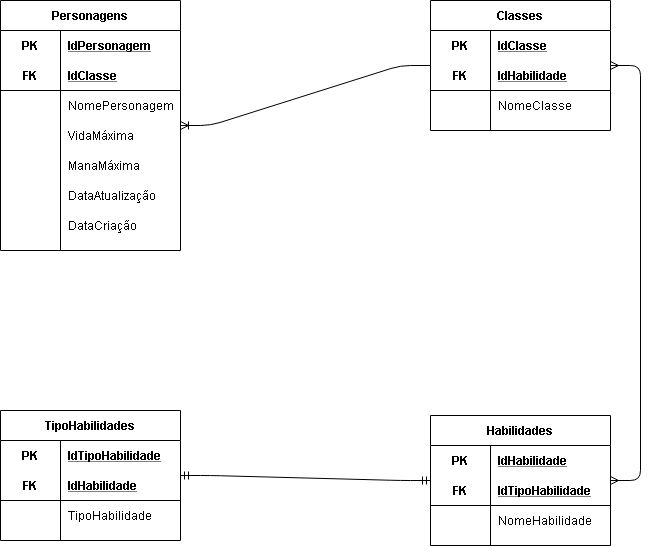
Above: Senai_HROADS_Manhã/Modelo lógico HROADS.png in Danilo2503/Senai-Sprint_BD (draw.io), before the change. Source tidied: cells renumbered, new cells last; positions are measured from the earlier drawing's top-left corner, leaving out a move shared by most shapes. Its diagram source:
```xml
<mxGraphModel>
  <root>
    <mxCell id="0" />
    <mxCell id="1" parent="0" />
    <mxCell id="2" value="Personagens" style="shape=table;startSize=30;rowLines=0;fontStyle=1;align=center;" parent="1" vertex="1">
      <mxGeometry width="180" height="250" as="geometry" />
    </mxCell>
    <mxCell id="3" style="shape=partialRectangle;fillColor=none;top=0;left=0;bottom=0;right=0;" parent="2" vertex="1">
      <mxGeometry y="30" width="180" height="30" as="geometry" />
    </mxCell>
    <mxCell id="4" value="PK" style="shape=partialRectangle;fillColor=none;top=0;left=0;bottom=0;right=0;fontStyle=1;overflow=hidden;" parent="3" vertex="1">
      <mxGeometry width="60" height="30" as="geometry" />
    </mxCell>
    <mxCell id="5" value="IdPersonagem" style="shape=partialRectangle;fillColor=none;top=0;left=0;bottom=0;right=0;align=left;spacingLeft=6;fontStyle=5;overflow=hidden;" parent="3" vertex="1">
      <mxGeometry x="60" width="120" height="30" as="geometry" />
    </mxCell>
    <mxCell id="6" style="shape=partialRectangle;fillColor=none;top=0;left=0;bottom=1;right=0;points=[[0,0.5],[1,0.5]];portConstraint=eastwest;" parent="2" vertex="1">
      <mxGeometry y="60" width="180" height="30" as="geometry" />
    </mxCell>
    <mxCell id="7" value="FK" style="shape=partialRectangle;fillColor=none;top=0;left=0;bottom=0;right=0;fontStyle=1;overflow=hidden;" parent="6" vertex="1">
      <mxGeometry width="60" height="30" as="geometry" />
    </mxCell>
    <mxCell id="8" value="IdClasse" style="shape=partialRectangle;fillColor=none;top=0;left=0;bottom=0;right=0;align=left;spacingLeft=6;fontStyle=5;overflow=hidden;" parent="6" vertex="1">
      <mxGeometry x="60" width="120" height="30" as="geometry" />
    </mxCell>
    <mxCell id="9" style="shape=partialRectangle;fillColor=none;top=0;left=0;bottom=0;right=0;" parent="2" vertex="1">
      <mxGeometry y="90" width="180" height="30" as="geometry" />
    </mxCell>
    <mxCell id="10" style="shape=partialRectangle;fillColor=none;top=0;left=0;bottom=0;right=0;overflow=hidden;" parent="9" vertex="1">
      <mxGeometry width="60" height="30" as="geometry" />
    </mxCell>
    <mxCell id="11" value="NomePersonagem" style="shape=partialRectangle;fillColor=none;top=0;left=0;bottom=0;right=0;align=left;spacingLeft=6;overflow=hidden;" parent="9" vertex="1">
      <mxGeometry x="60" width="120" height="30" as="geometry" />
    </mxCell>
    <mxCell id="12" style="shape=partialRectangle;fillColor=none;top=0;left=0;bottom=0;right=0;" parent="2" vertex="1">
      <mxGeometry y="120" width="180" height="30" as="geometry" />
    </mxCell>
    <mxCell id="13" style="shape=partialRectangle;fillColor=none;top=0;left=0;bottom=0;right=0;overflow=hidden;" parent="12" vertex="1">
      <mxGeometry width="60" height="30" as="geometry" />
    </mxCell>
    <mxCell id="14" value="VidaMáxima" style="shape=partialRectangle;fillColor=none;top=0;left=0;bottom=0;right=0;align=left;spacingLeft=6;overflow=hidden;" parent="12" vertex="1">
      <mxGeometry x="60" width="120" height="30" as="geometry" />
    </mxCell>
    <mxCell id="15" style="shape=partialRectangle;fillColor=none;top=0;left=0;bottom=0;right=0;" parent="2" vertex="1">
      <mxGeometry y="150" width="180" height="30" as="geometry" />
    </mxCell>
    <mxCell id="16" style="shape=partialRectangle;fillColor=none;top=0;left=0;bottom=0;right=0;overflow=hidden;" parent="15" vertex="1">
      <mxGeometry width="60" height="30" as="geometry" />
    </mxCell>
    <mxCell id="17" value="ManaMáxima" style="shape=partialRectangle;fillColor=none;top=0;left=0;bottom=0;right=0;align=left;spacingLeft=6;overflow=hidden;" parent="15" vertex="1">
      <mxGeometry x="60" width="120" height="30" as="geometry" />
    </mxCell>
    <mxCell id="18" style="shape=partialRectangle;fillColor=none;top=0;left=0;bottom=0;right=0;" parent="2" vertex="1">
      <mxGeometry y="180" width="180" height="30" as="geometry" />
    </mxCell>
    <mxCell id="19" style="shape=partialRectangle;fillColor=none;top=0;left=0;bottom=0;right=0;overflow=hidden;" parent="18" vertex="1">
      <mxGeometry width="60" height="30" as="geometry" />
    </mxCell>
    <mxCell id="20" value="DataAtualização" style="shape=partialRectangle;fillColor=none;top=0;left=0;bottom=0;right=0;align=left;spacingLeft=6;overflow=hidden;" parent="18" vertex="1">
      <mxGeometry x="60" width="120" height="30" as="geometry" />
    </mxCell>
    <mxCell id="21" style="shape=partialRectangle;fillColor=none;top=0;left=0;bottom=0;right=0;" parent="2" vertex="1">
      <mxGeometry y="210" width="180" height="30" as="geometry" />
    </mxCell>
    <mxCell id="22" style="shape=partialRectangle;fillColor=none;top=0;left=0;bottom=0;right=0;overflow=hidden;" parent="21" vertex="1">
      <mxGeometry width="60" height="30" as="geometry" />
    </mxCell>
    <mxCell id="23" value="DataCriação" style="shape=partialRectangle;fillColor=none;top=0;left=0;bottom=0;right=0;align=left;spacingLeft=6;overflow=hidden;" parent="21" vertex="1">
      <mxGeometry x="60" width="120" height="30" as="geometry" />
    </mxCell>
    <mxCell id="24" value="Classes" style="shape=table;startSize=30;rowLines=0;fontStyle=1;align=center;" parent="1" vertex="1">
      <mxGeometry x="430" width="180" height="130" as="geometry" />
    </mxCell>
    <mxCell id="25" style="shape=partialRectangle;fillColor=none;top=0;left=0;bottom=0;right=0;points=[[0,0.5],[1,0.5]];portConstraint=eastwest;" parent="24" vertex="1">
      <mxGeometry y="30" width="180" height="30" as="geometry" />
    </mxCell>
    <mxCell id="26" value="PK" style="shape=partialRectangle;fillColor=none;top=0;left=0;bottom=0;right=0;fontStyle=1;overflow=hidden;" parent="25" vertex="1">
      <mxGeometry width="60" height="30" as="geometry" />
    </mxCell>
    <mxCell id="27" value="IdClasse" style="shape=partialRectangle;fillColor=none;top=0;left=0;bottom=0;right=0;align=left;spacingLeft=6;fontStyle=5;overflow=hidden;" parent="25" vertex="1">
      <mxGeometry x="60" width="120" height="30" as="geometry" />
    </mxCell>
    <mxCell id="28" style="shape=partialRectangle;fillColor=none;top=0;left=0;bottom=1;right=0;" parent="24" vertex="1">
      <mxGeometry y="60" width="180" height="30" as="geometry" />
    </mxCell>
    <mxCell id="29" value="FK" style="shape=partialRectangle;fillColor=none;top=0;left=0;bottom=0;right=0;fontStyle=1;overflow=hidden;" parent="28" vertex="1">
      <mxGeometry width="60" height="30" as="geometry" />
    </mxCell>
    <mxCell id="30" value="IdHabilidade" style="shape=partialRectangle;fillColor=none;top=0;left=0;bottom=0;right=0;align=left;spacingLeft=6;fontStyle=5;overflow=hidden;" parent="28" vertex="1">
      <mxGeometry x="60" width="120" height="30" as="geometry" />
    </mxCell>
    <mxCell id="31" style="shape=partialRectangle;fillColor=none;top=0;left=0;bottom=0;right=0;" parent="24" vertex="1">
      <mxGeometry y="90" width="180" height="30" as="geometry" />
    </mxCell>
    <mxCell id="32" style="shape=partialRectangle;fillColor=none;top=0;left=0;bottom=0;right=0;overflow=hidden;" parent="31" vertex="1">
      <mxGeometry width="60" height="30" as="geometry" />
    </mxCell>
    <mxCell id="33" value="NomeClasse" style="shape=partialRectangle;fillColor=none;top=0;left=0;bottom=0;right=0;align=left;spacingLeft=6;overflow=hidden;" parent="31" vertex="1">
      <mxGeometry x="60" width="120" height="30" as="geometry" />
    </mxCell>
    <mxCell id="34" value="Habilidades" style="shape=table;startSize=30;rowLines=0;fontStyle=1;align=center;" parent="1" vertex="1">
      <mxGeometry x="430" y="415" width="180" height="130" as="geometry" />
    </mxCell>
    <mxCell id="35" style="shape=partialRectangle;fillColor=none;top=0;left=0;bottom=0;right=0;" parent="34" vertex="1">
      <mxGeometry y="30" width="180" height="30" as="geometry" />
    </mxCell>
    <mxCell id="36" value="PK" style="shape=partialRectangle;fillColor=none;top=0;left=0;bottom=0;right=0;fontStyle=1;overflow=hidden;" parent="35" vertex="1">
      <mxGeometry width="60" height="30" as="geometry" />
    </mxCell>
    <mxCell id="37" value="IdHabilidade" style="shape=partialRectangle;fillColor=none;top=0;left=0;bottom=0;right=0;align=left;spacingLeft=6;fontStyle=5;overflow=hidden;" parent="35" vertex="1">
      <mxGeometry x="60" width="120" height="30" as="geometry" />
    </mxCell>
    <mxCell id="38" style="shape=partialRectangle;fillColor=none;top=0;left=0;bottom=1;right=0;points=[[0,0.5],[1,0.5]];portConstraint=eastwest;" parent="34" vertex="1">
      <mxGeometry y="60" width="180" height="30" as="geometry" />
    </mxCell>
    <mxCell id="39" value="FK" style="shape=partialRectangle;fillColor=none;top=0;left=0;bottom=0;right=0;fontStyle=1;overflow=hidden;" parent="38" vertex="1">
      <mxGeometry width="60" height="30" as="geometry" />
    </mxCell>
    <mxCell id="40" value="IdTipoHabilidade" style="shape=partialRectangle;fillColor=none;top=0;left=0;bottom=0;right=0;align=left;spacingLeft=6;fontStyle=5;overflow=hidden;" parent="38" vertex="1">
      <mxGeometry x="60" width="120" height="30" as="geometry" />
    </mxCell>
    <mxCell id="41" style="shape=partialRectangle;fillColor=none;top=0;left=0;bottom=0;right=0;" parent="34" vertex="1">
      <mxGeometry y="90" width="180" height="30" as="geometry" />
    </mxCell>
    <mxCell id="42" style="shape=partialRectangle;fillColor=none;top=0;left=0;bottom=0;right=0;overflow=hidden;" parent="41" vertex="1">
      <mxGeometry width="60" height="30" as="geometry" />
    </mxCell>
    <mxCell id="43" value="NomeHabilidade" style="shape=partialRectangle;fillColor=none;top=0;left=0;bottom=0;right=0;align=left;spacingLeft=6;overflow=hidden;" parent="41" vertex="1">
      <mxGeometry x="60" width="120" height="30" as="geometry" />
    </mxCell>
    <mxCell id="44" value="TipoHabilidades" style="shape=table;startSize=30;rowLines=0;fontStyle=1;align=center;" parent="1" vertex="1">
      <mxGeometry y="410" width="180" height="130" as="geometry" />
    </mxCell>
    <mxCell id="45" style="shape=partialRectangle;fillColor=none;top=0;left=0;bottom=0;right=0;points=[[0,0.5],[1,0.5]];portConstraint=eastwest;" parent="44" vertex="1">
      <mxGeometry y="30" width="180" height="30" as="geometry" />
    </mxCell>
    <mxCell id="46" value="PK" style="shape=partialRectangle;fillColor=none;top=0;left=0;bottom=0;right=0;fontStyle=1;overflow=hidden;" parent="45" vertex="1">
      <mxGeometry width="60" height="30" as="geometry" />
    </mxCell>
    <mxCell id="47" value="IdTipoHabilidade" style="shape=partialRectangle;fillColor=none;top=0;left=0;bottom=0;right=0;align=left;spacingLeft=6;fontStyle=5;overflow=hidden;" parent="45" vertex="1">
      <mxGeometry x="60" width="120" height="30" as="geometry" />
    </mxCell>
    <mxCell id="48" style="shape=partialRectangle;fillColor=none;top=0;left=0;bottom=1;right=0;" parent="44" vertex="1">
      <mxGeometry y="60" width="180" height="30" as="geometry" />
    </mxCell>
    <mxCell id="49" value="FK" style="shape=partialRectangle;fillColor=none;top=0;left=0;bottom=0;right=0;fontStyle=1;overflow=hidden;" parent="48" vertex="1">
      <mxGeometry width="60" height="30" as="geometry" />
    </mxCell>
    <mxCell id="50" value="IdHabilidade" style="shape=partialRectangle;fillColor=none;top=0;left=0;bottom=0;right=0;align=left;spacingLeft=6;fontStyle=5;overflow=hidden;" parent="48" vertex="1">
      <mxGeometry x="60" width="120" height="30" as="geometry" />
    </mxCell>
    <mxCell id="51" style="shape=partialRectangle;fillColor=none;top=0;left=0;bottom=0;right=0;" parent="44" vertex="1">
      <mxGeometry y="90" width="180" height="30" as="geometry" />
    </mxCell>
    <mxCell id="52" style="shape=partialRectangle;fillColor=none;top=0;left=0;bottom=0;right=0;overflow=hidden;" parent="51" vertex="1">
      <mxGeometry width="60" height="30" as="geometry" />
    </mxCell>
    <mxCell id="53" value="TipoHabilidade" style="shape=partialRectangle;fillColor=none;top=0;left=0;bottom=0;right=0;align=left;spacingLeft=6;overflow=hidden;" parent="51" vertex="1">
      <mxGeometry x="60" width="120" height="30" as="geometry" />
    </mxCell>
    <mxCell id="54" style="edgeStyle=entityRelationEdgeStyle;fontSize=12;html=1;endArrow=ERmandOne;startArrow=ERmandOne;" parent="1" edge="1" source="44" target="34">
      <mxGeometry relative="1" as="geometry" />
    </mxCell>
    <mxCell id="55" style="edgeStyle=entityRelationEdgeStyle;fontSize=12;html=1;endArrow=ERoneToMany;" parent="1" edge="1" source="24" target="2">
      <mxGeometry relative="1" as="geometry" />
    </mxCell>
    <mxCell id="56" style="edgeStyle=entityRelationEdgeStyle;fontSize=12;html=1;endArrow=ERmany;startArrow=ERmany;" parent="1" edge="1" source="34" target="24">
      <mxGeometry relative="1" as="geometry" />
    </mxCell>
  </root>
</mxGraphModel>
```
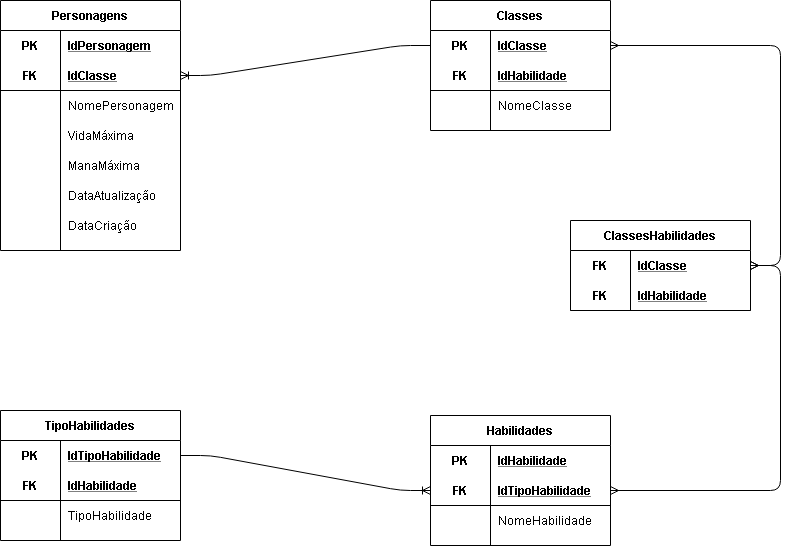
Above is the later version.

Diff of the diagram source:
```diff
@@ -158,14 +158,40 @@
     <mxCell id="53" value="TipoHabilidade" style="shape=partialRectangle;fillColor=none;top=0;left=0;bottom=0;right=0;align=left;spacingLeft=6;overflow=hidden;" parent="51" vertex="1">
       <mxGeometry x="60" width="120" height="30" as="geometry" />
     </mxCell>
-    <mxCell id="54" style="edgeStyle=entityRelationEdgeStyle;fontSize=12;html=1;endArrow=ERmandOne;startArrow=ERmandOne;" parent="1" edge="1" source="44" target="34">
-      <mxGeometry relative="1" as="geometry" />
-    </mxCell>
-    <mxCell id="55" style="edgeStyle=entityRelationEdgeStyle;fontSize=12;html=1;endArrow=ERoneToMany;" parent="1" edge="1" source="24" target="2">
+    <mxCell id="55" style="edgeStyle=entityRelationEdgeStyle;fontSize=12;html=1;endArrow=ERoneToMany;exitX=0;exitY=0.5;exitDx=0;exitDy=0;entryX=1;entryY=0.5;entryDx=0;entryDy=0;" parent="1" edge="1" source="25" target="6">
       <mxGeometry relative="1" as="geometry" />
     </mxCell>
-    <mxCell id="56" style="edgeStyle=entityRelationEdgeStyle;fontSize=12;html=1;endArrow=ERmany;startArrow=ERmany;" parent="1" edge="1" source="34" target="24">
-      <mxGeometry relative="1" as="geometry" />
-    </mxCell>
+    <mxCell id="57" style="edgeStyle=entityRelationEdgeStyle;fontSize=12;html=1;endArrow=ERoneToMany;exitX=1;exitY=0.5;exitDx=0;exitDy=0;entryX=0;entryY=0.5;entryDx=0;entryDy=0;" parent="1" edge="1" source="45" target="38">
+      <mxGeometry relative="1" as="geometry" />
+    </mxCell>
+    <mxCell id="58" value="ClassesHabilidades" style="shape=table;startSize=30;rowLines=0;fontStyle=1;align=center;" parent="1" vertex="1">
+      <mxGeometry x="570" y="220" width="180" height="90" as="geometry" />
+    </mxCell>
+    <mxCell id="59" style="shape=partialRectangle;fillColor=none;top=0;left=0;bottom=0;right=0;points=[[0,0.5],[1,0.5]];portConstraint=eastwest;" parent="58" vertex="1">
+      <mxGeometry y="30" width="180" height="30" as="geometry" />
+    </mxCell>
+    <mxCell id="60" value="FK" style="shape=partialRectangle;fillColor=none;top=0;left=0;bottom=0;right=0;fontStyle=1;overflow=hidden;" parent="59" vertex="1">
+      <mxGeometry width="60" height="30" as="geometry" />
+    </mxCell>
+    <mxCell id="61" value="IdClasse" style="shape=partialRectangle;fillColor=none;top=0;left=0;bottom=0;right=0;align=left;spacingLeft=6;fontStyle=5;overflow=hidden;" parent="59" vertex="1">
+      <mxGeometry x="60" width="120" height="30" as="geometry" />
+    </mxCell>
+    <mxCell id="62" style="shape=partialRectangle;fillColor=none;top=0;left=0;bottom=1;right=0;" parent="58" vertex="1">
+      <mxGeometry y="60" width="180" height="30" as="geometry" />
+    </mxCell>
+    <mxCell id="63" value="FK" style="shape=partialRectangle;fillColor=none;top=0;left=0;bottom=0;right=0;fontStyle=1;overflow=hidden;" parent="62" vertex="1">
+      <mxGeometry width="60" height="30" as="geometry" />
+    </mxCell>
+    <mxCell id="64" value="IdHabilidade" style="shape=partialRectangle;fillColor=none;top=0;left=0;bottom=0;right=0;align=left;spacingLeft=6;fontStyle=5;overflow=hidden;" parent="62" vertex="1">
+      <mxGeometry x="60" width="120" height="30" as="geometry" />
+    </mxCell>
+    <mxCell id="65" style="edgeStyle=entityRelationEdgeStyle;fontSize=12;html=1;endArrow=ERmany;startArrow=ERmany;entryX=1;entryY=0.5;entryDx=0;entryDy=0;" parent="1" edge="1" target="25">
+      <mxGeometry relative="1" as="geometry">
+        <mxPoint x="750" y="265" as="sourcePoint" />
+      </mxGeometry>
+    </mxCell>
+    <mxCell id="66" style="edgeStyle=entityRelationEdgeStyle;fontSize=12;html=1;endArrow=ERmany;startArrow=ERmany;" parent="1" edge="1" source="38" target="59">
+      <mxGeometry relative="1" as="geometry" />
+    </mxCell>
   </root>
 </mxGraphModel>
```
